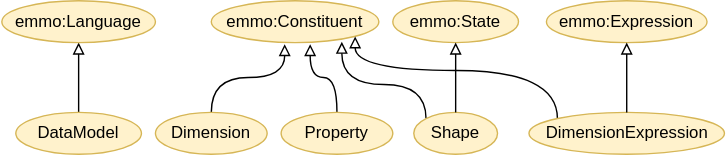
The draw.io diagram figs/emmo-connection.svg in emmo-repo/domain-datamodel, before a commit. Source tidied: cells renumbered, new cells last; positions are measured from the earlier drawing's top-left corner, leaving out a move shared by most shapes.
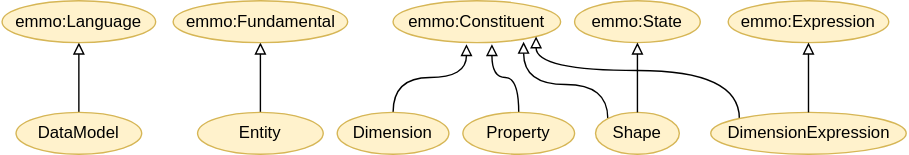
Later version of the same file.

Commit message:
Updated the relation to EMMO

Change to the diagram source:
```diff
@@ -6,10 +6,10 @@
       <mxGeometry relative="1" as="geometry" />
     </mxCell>
     <mxCell id="3" value="DataModel" style="ellipse;whiteSpace=wrap;html=1;fillColor=#fff2cc;strokeColor=#d6b656;" parent="1" vertex="1">
-      <mxGeometry x="10" y="80" width="90" height="30" as="geometry" />
+      <mxGeometry x="-120" y="80" width="90" height="30" as="geometry" />
     </mxCell>
     <mxCell id="4" value="emmo:Language" style="ellipse;whiteSpace=wrap;html=1;fillColor=#fff2cc;strokeColor=#d6b656;" parent="1" vertex="1">
-      <mxGeometry width="110" height="30" as="geometry" />
+      <mxGeometry x="-130" width="110" height="30" as="geometry" />
     </mxCell>
     <mxCell id="5" value="emmo:State" style="ellipse;whiteSpace=wrap;html=1;fillColor=#fff2cc;strokeColor=#d6b656;" parent="1" vertex="1">
       <mxGeometry x="280" width="90" height="30" as="geometry" />
@@ -61,5 +61,14 @@
     <mxCell id="17" style="edgeStyle=orthogonalEdgeStyle;curved=1;rounded=0;jettySize=auto;html=1;endArrow=block;endFill=0;exitX=0.5;exitY=0;exitDx=0;exitDy=0;entryX=0.5;entryY=1;entryDx=0;entryDy=0;" parent="1" edge="1" source="16" target="14">
       <mxGeometry relative="1" as="geometry" />
     </mxCell>
+    <mxCell id="18" style="edgeStyle=orthogonalEdgeStyle;rounded=0;jettySize=auto;html=1;entryX=0.5;entryY=1;entryDx=0;entryDy=0;endArrow=block;endFill=0;curved=1;" parent="1" edge="1" source="19" target="20">
+      <mxGeometry relative="1" as="geometry" />
+    </mxCell>
+    <mxCell id="19" value="Entity" style="ellipse;whiteSpace=wrap;html=1;fillColor=#fff2cc;strokeColor=#d6b656;" parent="1" vertex="1">
+      <mxGeometry x="10" y="80" width="90" height="30" as="geometry" />
+    </mxCell>
+    <mxCell id="20" value="emmo:Fundamental" style="ellipse;whiteSpace=wrap;html=1;fillColor=#fff2cc;strokeColor=#d6b656;" parent="1" vertex="1">
+      <mxGeometry x="-7.5" width="125" height="30" as="geometry" />
+    </mxCell>
   </root>
 </mxGraphModel>
```
